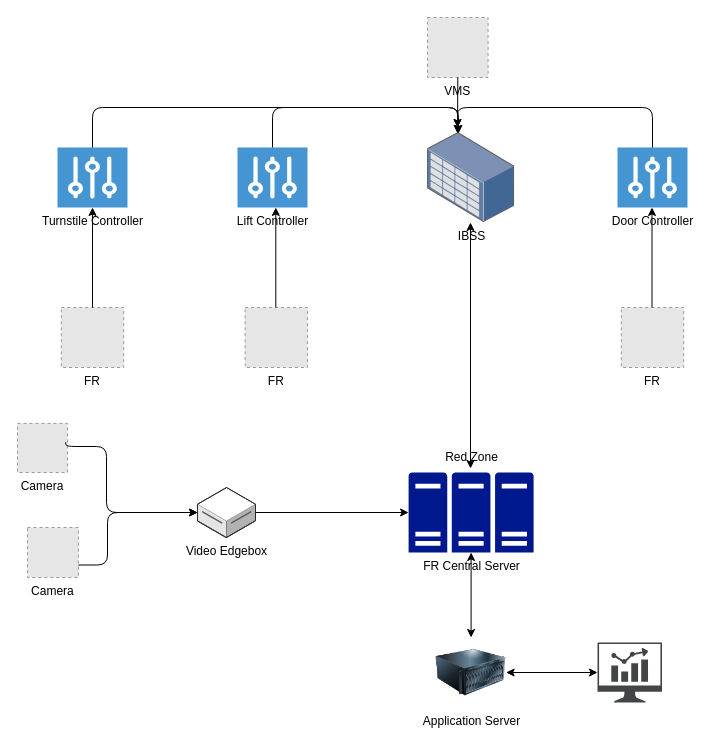
Above: MAS_framework_logic.drawio in frankyzf/drawio (draw.io), before the change. Source tidied: cells renumbered, new cells numbered last; positions are measured from the earlier drawing's top-left corner, leaving out a move shared by most shapes. Both pictures are drawn from the tidied source at 100%, with x=0, y=0 at pixel (17, 17). Pictures stored in the file or linked from it are replaced by grey dashed boxes.
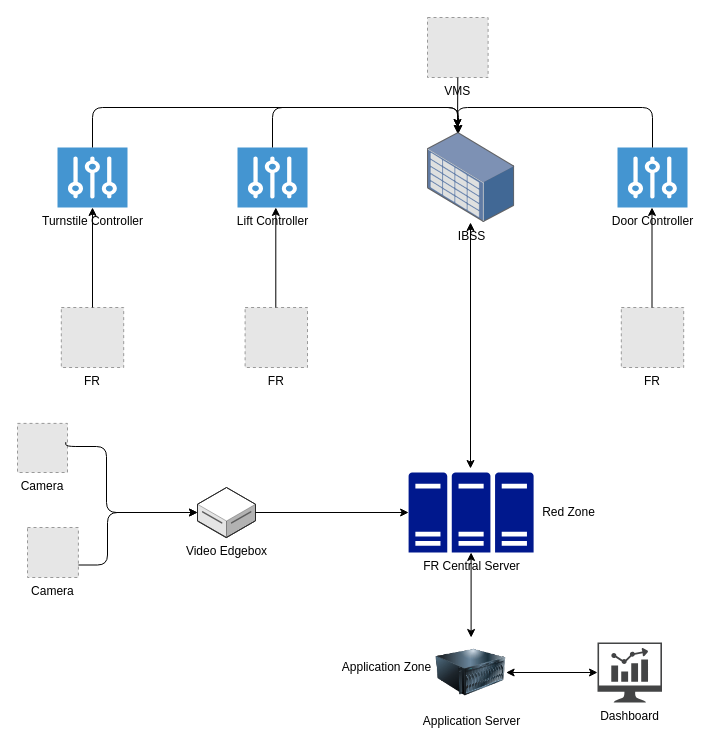
The same diagram, later.

What changed in the source:
```diff
@@
-    <mxCell id="27" style="shadow=0;dashed=0;html=1;strokeColor=none;fillColor=#434445;labelPosition=center;verticalLabelPosition=bottom;verticalAlign=top;align=center;outlineConnect=0;shape=mxgraph.vvd.nsx_dashboard;" parent="1" vertex="1">
+    <mxCell id="27" value="Dashboard" style="shadow=0;dashed=0;html=1;strokeColor=none;fillColor=#434445;labelPosition=center;verticalLabelPosition=bottom;verticalAlign=top;align=center;outlineConnect=0;shape=mxgraph.vvd.nsx_dashboard;" parent="1" vertex="1">
       <mxGeometry x="580" y="625" width="64.5" height="60" as="geometry" />
     </mxCell>
@@
     <mxCell id="29" value="Red Zone" style="text;html=1;align=center;verticalAlign=middle;" parent="1" vertex="1">
-      <mxGeometry x="418.6" y="430" width="70" height="20" as="geometry" />
+      <mxGeometry x="516.1" y="485" width="70" height="20" as="geometry" />
     </mxCell>
+    <mxCell id="30" value="Application Zone" style="text;html=1;align=center;verticalAlign=middle;" parent="1" vertex="1">
+      <mxGeometry x="318.6" y="640" width="100" height="20" as="geometry" />
+    </mxCell>
```
